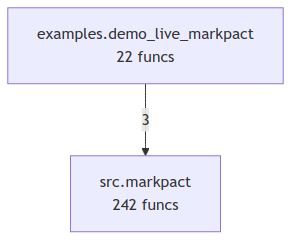
Earlier version of the Mermaid export project/compact_flow.png (markpact/markpact). Its source is kept beside it as project/compact_flow.mmd.
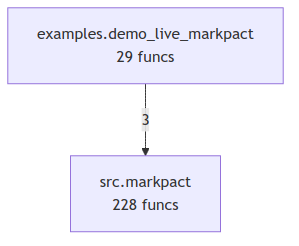
Above is the later version.

What changed in the source:
```diff
@@ -1,4 +1,4 @@
 flowchart TD
-    examples_demo_live_markpact["examples.demo_live_markpact<br/>22 funcs"]
-    src_markpact["src.markpact<br/>242 funcs"]
+    examples_demo_live_markpact["examples.demo_live_markpact<br/>29 funcs"]
+    src_markpact["src.markpact<br/>228 funcs"]
     examples_demo_live_markpact -->|3| src_markpact
```
